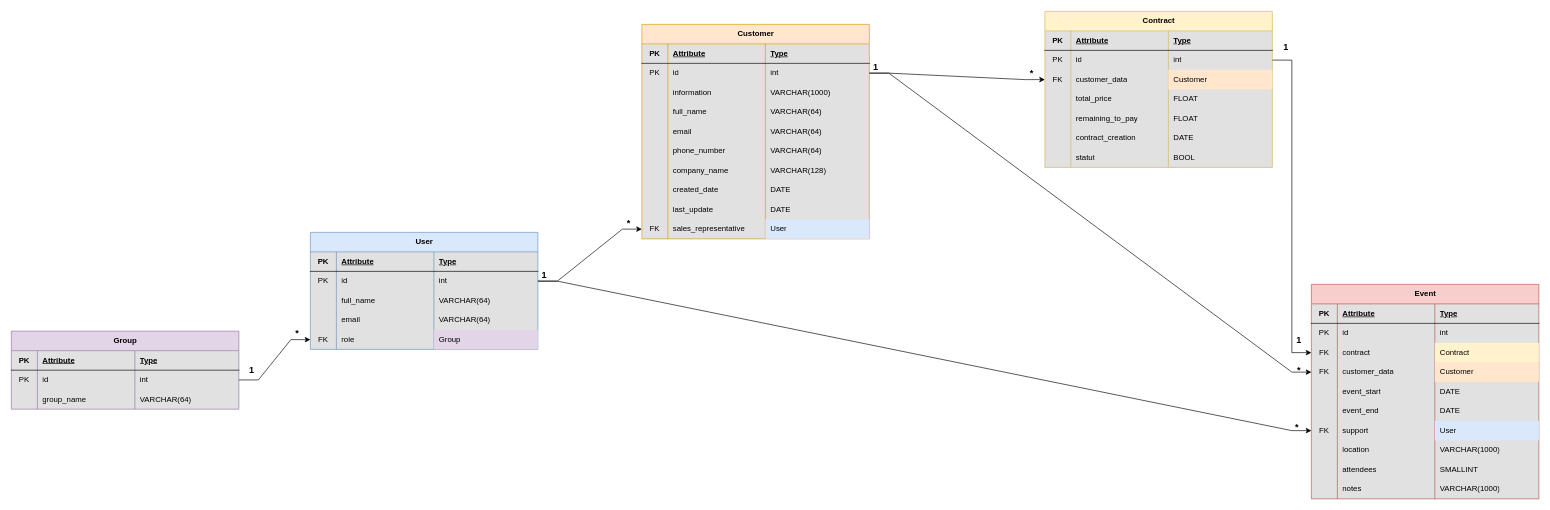
The draw.io diagram class_diagrams.drawio in CuteSlime/P12_Developpez_une_architecture_back-end_securisee_avec_Python_et_SQL, before the edit. Source tidied: cells renumbered, new cells numbered last; positions are measured from the earlier drawing's top-left corner, leaving out a move shared by most shapes. Both pictures are drawn from the tidied source at 65%, with x=0, y=0 at pixel (11, 11).
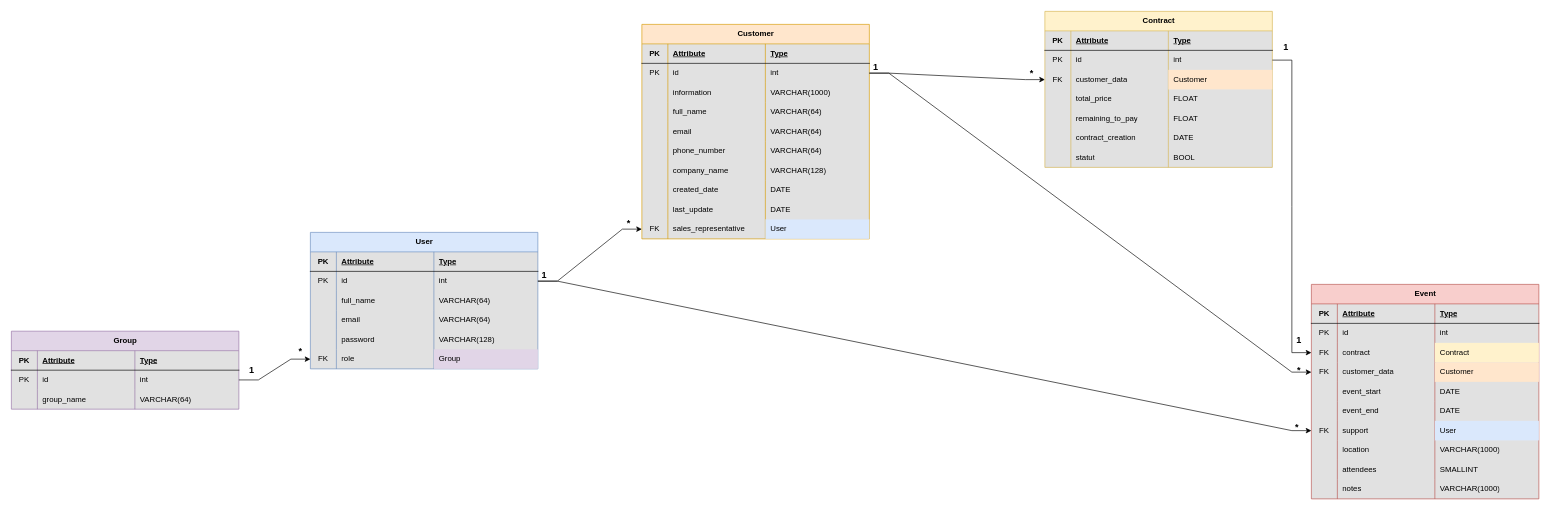
After the change.

Commit message:
Mettre à jour class_diagrams.drawio

What changed in the source:
```diff
@@
     <mxCell id="43" value="User" style="shape=table;startSize=30;childLayout=tableLayout;rowLines=0;fontStyle=1;align=center;html=1;fillColor=#dae8fc;strokeColor=#6c8ebf;swimlaneFillColor=#E1E1E1;" parent="1" vertex="1">
-      <mxGeometry x="460" y="340" width="350" height="180" as="geometry" />
+      <mxGeometry x="460" y="340" width="350" height="210" as="geometry" />
     </mxCell>
@@
+    <mxCell id="163" style="shape=tableRow;horizontal=0;startSize=0;swimlaneHead=0;swimlaneBody=0;fillColor=none;top=0;left=0;right=0;bottom=0;" parent="43" vertex="1">
+      <mxGeometry y="150" width="350" height="30" as="geometry" />
+    </mxCell>
+    <mxCell id="164" style="shape=partialRectangle;fillColor=none;top=0;left=0;bottom=0;right=0;overflow=hidden;whiteSpace=wrap;html=1;" parent="163" vertex="1">
+      <mxGeometry width="40" height="30" as="geometry" />
+    </mxCell>
+    <mxCell id="165" value="password" style="shape=partialRectangle;fillColor=none;top=0;left=0;bottom=0;right=0;align=left;spacingLeft=6;overflow=hidden;whiteSpace=wrap;html=1;" parent="163" vertex="1">
+      <mxGeometry x="40" width="150" height="30" as="geometry" />
+    </mxCell>
+    <mxCell id="166" value="VARCHAR(128)" style="shape=partialRectangle;fillColor=none;top=0;left=0;bottom=0;right=0;align=left;spacingLeft=6;overflow=hidden;whiteSpace=wrap;html=1;" parent="163" vertex="1">
+      <mxGeometry x="190" width="160" height="30" as="geometry" />
+    </mxCell>
     <mxCell id="60" style="shape=tableRow;horizontal=0;startSize=0;swimlaneHead=0;swimlaneBody=0;fillColor=none;points=[[0,0.5],[1,0.5]];portConstraint=eastwest;top=0;left=0;right=0;bottom=0;" parent="43" vertex="1">
-      <mxGeometry y="150" width="350" height="30" as="geometry" />
+      <mxGeometry y="180" width="350" height="30" as="geometry" />
     </mxCell>
@@
     <mxCell id="154" value="*" style="text;html=1;align=center;verticalAlign=middle;whiteSpace=wrap;rounded=0;fontSize=14;fontStyle=1;" parent="1" vertex="1">
-      <mxGeometry x="430" y="480" width="20" height="30" as="geometry" />
+      <mxGeometry x="435" y="507" width="20" height="30" as="geometry" />
     </mxCell>
```
